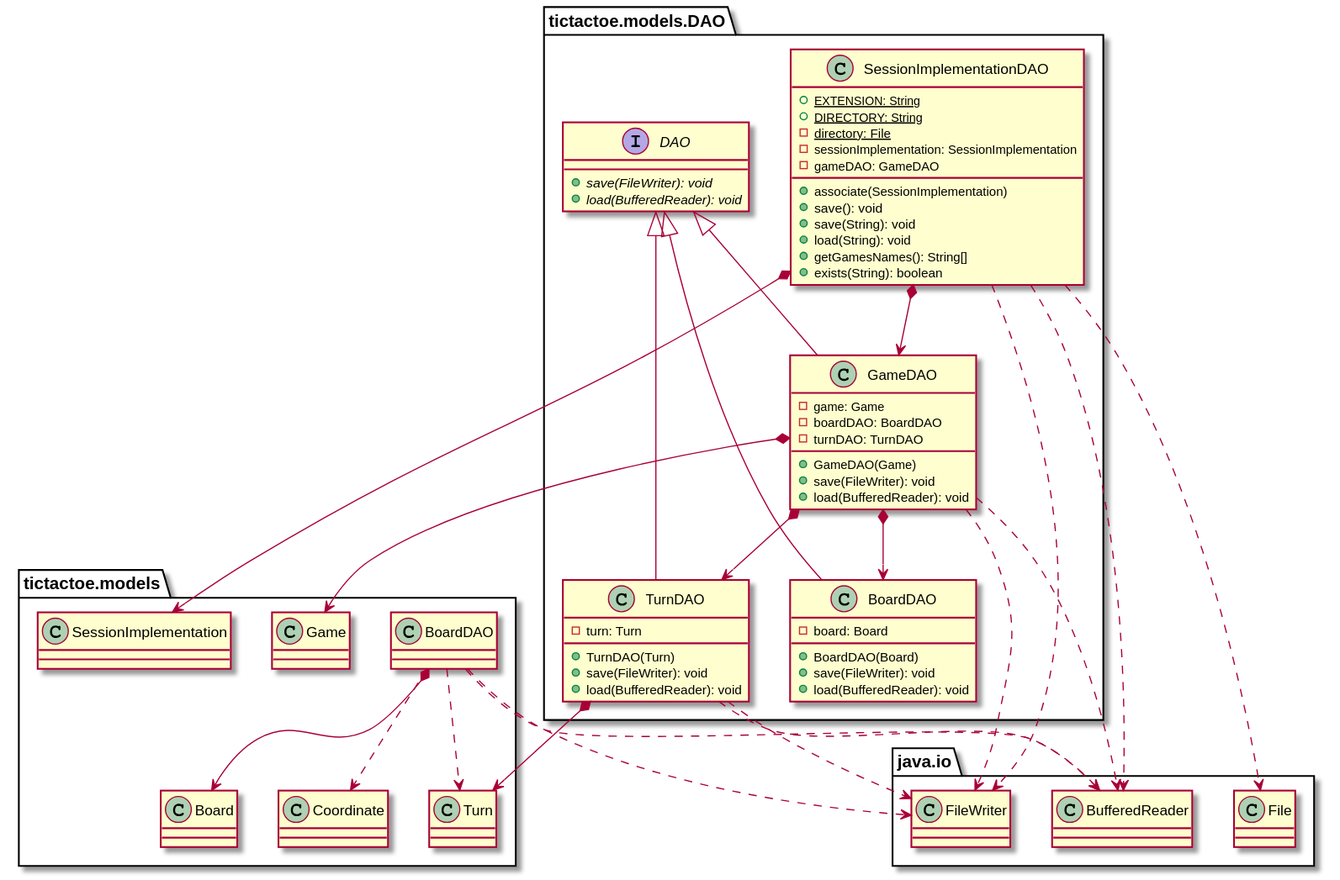
Earlier version of the PlantUML export docs/build/docs/asciidoc/images/tictactoeModelsDAO.svg (x-USantaTecla-game-ticTacToe/java).
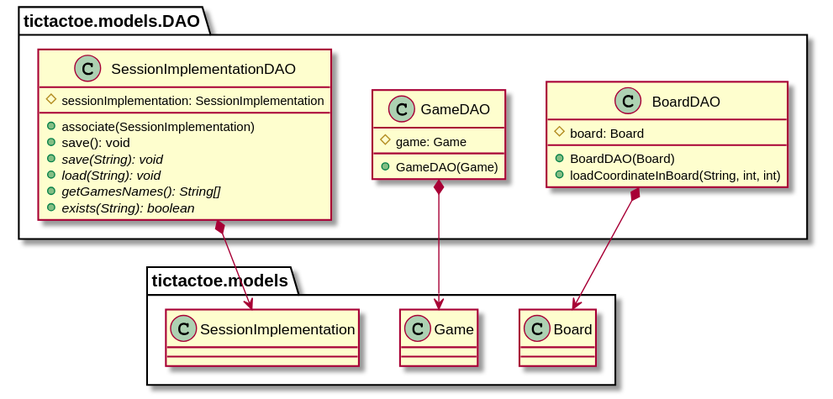
The same diagram one commit later.

What changed in the source:
```diff
@@ -1,66 +1,27 @@
 @startuml
 
 class  tictactoe.models.DAO.BoardDAO{
-- board: Board
+# board: Board
 + BoardDAO(Board)
-+ save(FileWriter): void
-+ load(BufferedReader): void
++ loadCoordinateInBoard(String, int, int)
 }
-tictactoe.models.DAO.DAO <|-down- tictactoe.models.DAO.BoardDAO
-tictactoe.models.BoardDAO *-down-> tictactoe.models.Board
-tictactoe.models.BoardDAO ..> tictactoe.models.Turn
-tictactoe.models.BoardDAO ..> tictactoe.models.Coordinate
-tictactoe.models.BoardDAO ..> java.io.FileWriter
-tictactoe.models.BoardDAO ..> java.io.BufferedReader
-
-interface  tictactoe.models.DAO.DAO{
-+ {abstract} save(FileWriter): void
-+ {abstract} load(BufferedReader): void
-}
+tictactoe.models.DAO.BoardDAO *-down-> tictactoe.models.Board
 
 class  tictactoe.models.DAO.GameDAO{
-- game: Game
-- boardDAO: BoardDAO
-- turnDAO: TurnDAO
+# game: Game
 + GameDAO(Game)
-+ save(FileWriter): void
-+ load(BufferedReader): void
 }
-tictactoe.models.DAO.DAO <|-down- tictactoe.models.DAO.GameDAO
 tictactoe.models.DAO.GameDAO *-down-> tictactoe.models.Game
-tictactoe.models.DAO.GameDAO *-down-> tictactoe.models.DAO.BoardDAO
-tictactoe.models.DAO.GameDAO *-down-> tictactoe.models.DAO.TurnDAO
-tictactoe.models.DAO.GameDAO ..> java.io.FileWriter
-tictactoe.models.DAO.GameDAO ..> java.io.BufferedReader
 
 class  tictactoe.models.DAO.SessionImplementationDAO{
-+ {static} EXTENSION: String
-+ {static} DIRECTORY: String
-- {static} directory: File
-- sessionImplementation: SessionImplementation
-- gameDAO: GameDAO
+# sessionImplementation: SessionImplementation
 + associate(SessionImplementation)
 + save(): void
-+ save(String): void
-+ load(String): void
-+ getGamesNames(): String[]
-+ exists(String): boolean
++ {abstract} save(String): void
++ {abstract} load(String): void
++ {abstract} getGamesNames(): String[]
++ {abstract} exists(String): boolean
 }
 tictactoe.models.DAO.SessionImplementationDAO *-down-> tictactoe.models.SessionImplementation
-tictactoe.models.DAO.SessionImplementationDAO *-down-> tictactoe.models.DAO.GameDAO
-tictactoe.models.DAO.SessionImplementationDAO ..> java.io.FileWriter
-tictactoe.models.DAO.SessionImplementationDAO ..> java.io.File
-tictactoe.models.DAO.SessionImplementationDAO ..> java.io.BufferedReader
-
-class  tictactoe.models.DAO.TurnDAO{
-- turn: Turn
-+ TurnDAO(Turn)
-+ save(FileWriter): void
-+ load(BufferedReader): void
-}
-tictactoe.models.DAO.DAO <|-down- tictactoe.models.DAO.TurnDAO
-tictactoe.models.DAO.TurnDAO *-down-> tictactoe.models.Turn
-tictactoe.models.DAO.TurnDAO ..> java.io.FileWriter
-tictactoe.models.DAO.TurnDAO ..> java.io.BufferedReader
 
 @enduml
```
